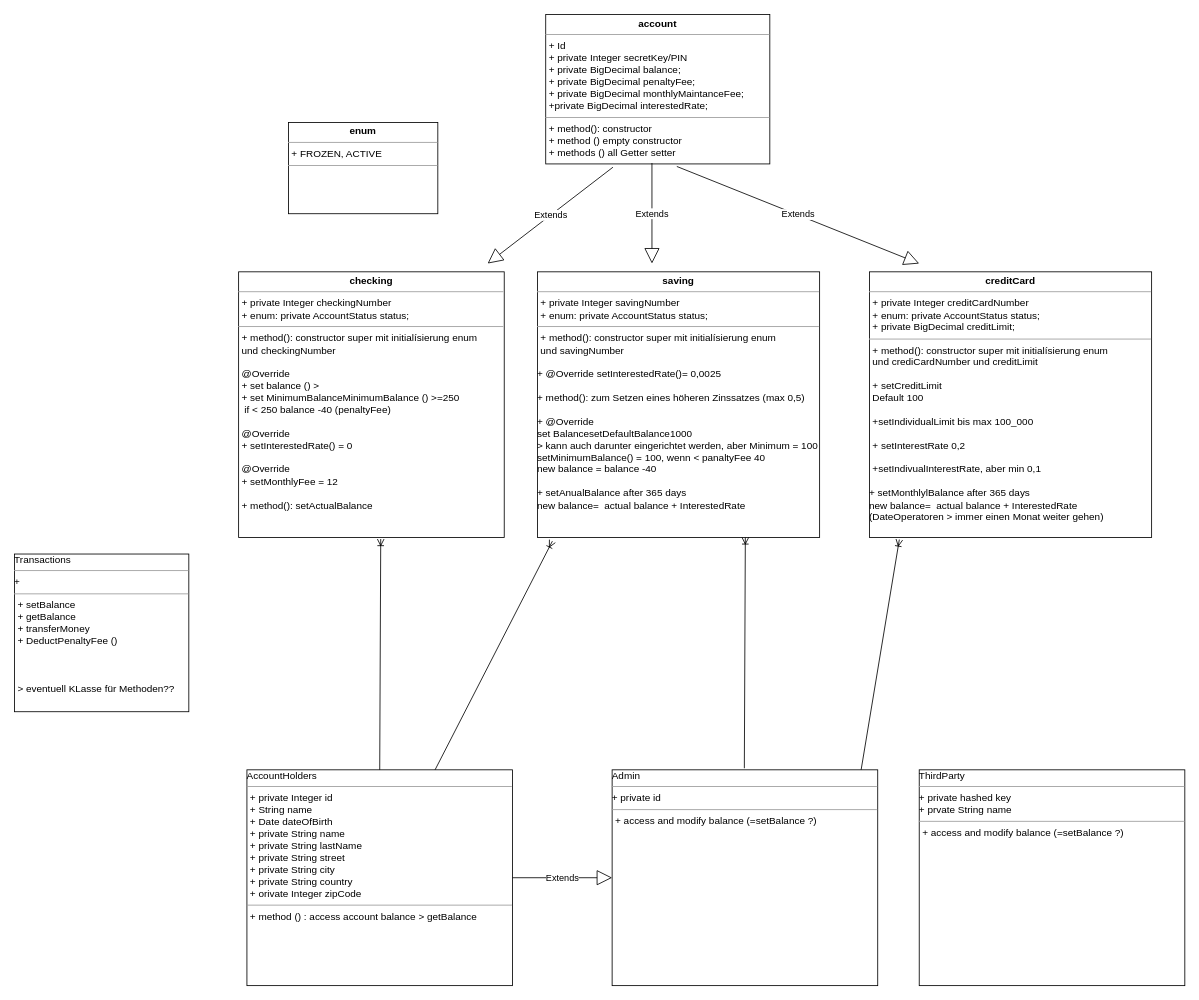
Above: Untitled Diagram.drawio in JFHI/Midterm_Bankingsystem (draw.io), before the change. Source tidied: cells renumbered, new cells numbered last; positions are measured from the earlier drawing's top-left corner, leaving out a move shared by most shapes. Both pictures are drawn from the tidied source at 83%, with x=0, y=0 at pixel (14, 14).
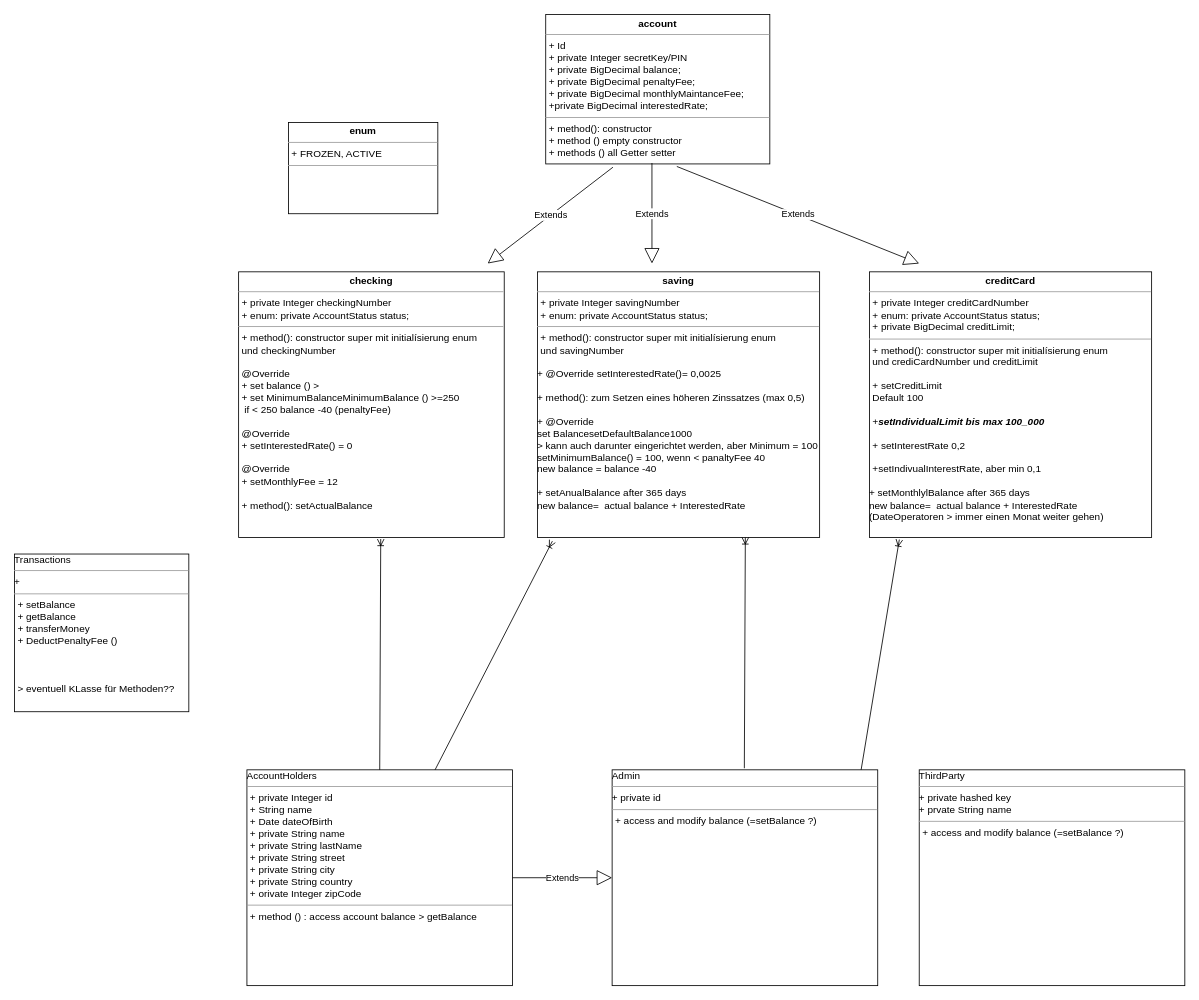
After the change.

Change to the diagram source:
```diff
@@
-    <mxCell id="6" value="&lt;p style=&quot;margin: 0px ; margin-top: 4px ; text-align: center&quot;&gt;&lt;b&gt;creditCard&lt;/b&gt;&lt;br&gt;&lt;/p&gt;&lt;hr size=&quot;1&quot;&gt;&lt;p style=&quot;margin: 0px ; margin-left: 4px&quot;&gt;+ private Integer creditCardNumber&lt;br&gt;&lt;/p&gt;&lt;p style=&quot;margin: 0px ; margin-left: 4px&quot;&gt;+ enum: private AccountStatus status;&lt;/p&gt;&lt;p style=&quot;margin: 0px ; margin-left: 4px&quot;&gt;+ private BigDecimal creditLimit;&lt;br&gt;&lt;/p&gt;&lt;hr size=&quot;1&quot;&gt;&lt;p style=&quot;margin: 0px ; margin-left: 4px&quot;&gt;+ method(): constructor super mit initialísierung enum&lt;/p&gt;&lt;p style=&quot;margin: 0px ; margin-left: 4px&quot;&gt;und crediCardNumber und creditLimit&lt;/p&gt;&lt;p style=&quot;margin: 0px ; margin-left: 4px&quot;&gt;&lt;br&gt;&lt;/p&gt;&lt;p style=&quot;margin: 0px ; margin-left: 4px&quot;&gt;+ setCreditLimit &lt;br&gt;&lt;/p&gt;&lt;p style=&quot;margin: 0px ; margin-left: 4px&quot;&gt;Default 100&lt;/p&gt;&lt;p style=&quot;margin: 0px ; margin-left: 4px&quot;&gt;&lt;br&gt;&lt;/p&gt;&lt;p style=&quot;margin: 0px ; margin-left: 4px&quot;&gt;+setIndividualLimit bis max 100_000&lt;/p&gt;&lt;p style=&quot;margin: 0px ; margin-left: 4px&quot;&gt;&lt;br&gt;&lt;/p&gt;&lt;p style=&quot;margin: 0px ; margin-left: 4px&quot;&gt;+ setInterestRate 0,2&lt;/p&gt;&lt;p style=&quot;margin: 0px ; margin-left: 4px&quot;&gt;&lt;br&gt;&lt;/p&gt;&lt;p style=&quot;margin: 0px ; margin-left: 4px&quot;&gt;+setIndivualInterestRate, aber min 0,1&lt;br&gt;&lt;/p&gt;&lt;p style=&quot;margin: 0px ; margin-left: 4px&quot;&gt;&lt;br&gt;&lt;/p&gt;&lt;div&gt;&lt;div&gt;+ setMonthlylBalance after 365 days&lt;/div&gt;new balance=&amp;nbsp; actual balance + InterestedRate&lt;/div&gt;&lt;div&gt;(DateOperatoren &amp;gt; immer einen Monat weiter gehen)&lt;br&gt;&lt;/div&gt;" style="verticalAlign=top;align=left;overflow=fill;fontSize=12;fontFamily=Helvetica;html=1;" parent="1" vertex="1">
+    <mxCell id="6" value="&lt;p style=&quot;margin: 0px ; margin-top: 4px ; text-align: center&quot;&gt;&lt;b&gt;creditCard&lt;/b&gt;&lt;br&gt;&lt;/p&gt;&lt;hr size=&quot;1&quot;&gt;&lt;p style=&quot;margin: 0px ; margin-left: 4px&quot;&gt;+ private Integer creditCardNumber&lt;br&gt;&lt;/p&gt;&lt;p style=&quot;margin: 0px ; margin-left: 4px&quot;&gt;+ enum: private AccountStatus status;&lt;/p&gt;&lt;p style=&quot;margin: 0px ; margin-left: 4px&quot;&gt;+ private BigDecimal creditLimit;&lt;br&gt;&lt;/p&gt;&lt;hr size=&quot;1&quot;&gt;&lt;p style=&quot;margin: 0px ; margin-left: 4px&quot;&gt;+ method(): constructor super mit initialísierung enum&lt;/p&gt;&lt;p style=&quot;margin: 0px ; margin-left: 4px&quot;&gt;und crediCardNumber und creditLimit&lt;/p&gt;&lt;p style=&quot;margin: 0px ; margin-left: 4px&quot;&gt;&lt;br&gt;&lt;/p&gt;&lt;p style=&quot;margin: 0px ; margin-left: 4px&quot;&gt;+ setCreditLimit &lt;br&gt;&lt;/p&gt;&lt;p style=&quot;margin: 0px ; margin-left: 4px&quot;&gt;Default 100&lt;/p&gt;&lt;p style=&quot;margin: 0px ; margin-left: 4px&quot;&gt;&lt;br&gt;&lt;/p&gt;&lt;p style=&quot;margin: 0px ; margin-left: 4px&quot;&gt;&lt;i&gt;+&lt;b&gt;setIndividualLimit bis max 100_000&lt;/b&gt;&lt;/i&gt;&lt;/p&gt;&lt;p style=&quot;margin: 0px ; margin-left: 4px&quot;&gt;&lt;br&gt;&lt;/p&gt;&lt;p style=&quot;margin: 0px ; margin-left: 4px&quot;&gt;+ setInterestRate 0,2&lt;/p&gt;&lt;p style=&quot;margin: 0px ; margin-left: 4px&quot;&gt;&lt;br&gt;&lt;/p&gt;&lt;p style=&quot;margin: 0px ; margin-left: 4px&quot;&gt;+setIndivualInterestRate, aber min 0,1&lt;br&gt;&lt;/p&gt;&lt;p style=&quot;margin: 0px ; margin-left: 4px&quot;&gt;&lt;br&gt;&lt;/p&gt;&lt;div&gt;&lt;div&gt;+ setMonthlylBalance after 365 days&lt;/div&gt;new balance=&amp;nbsp; actual balance + InterestedRate&lt;/div&gt;&lt;div&gt;(DateOperatoren &amp;gt; immer einen Monat weiter gehen)&lt;br&gt;&lt;/div&gt;" style="verticalAlign=top;align=left;overflow=fill;fontSize=12;fontFamily=Helvetica;html=1;" parent="1" vertex="1">
       <mxGeometry x="1030" y="310" width="340" height="320" as="geometry" />
     </mxCell>
```
